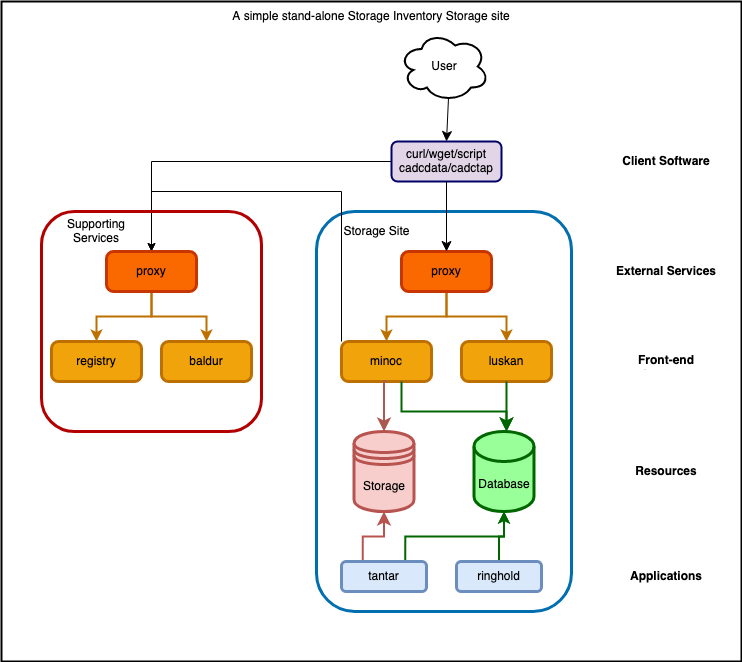
Before: storage-inventory/ops/SingleSiteWithExternal.drawio.png, a diagram exported from draw.io (opencadc/opencadc.github.io). Source tidied: cells renumbered, new cells last; positions are measured from the earlier drawing's top-left corner, leaving out a move shared by most shapes.
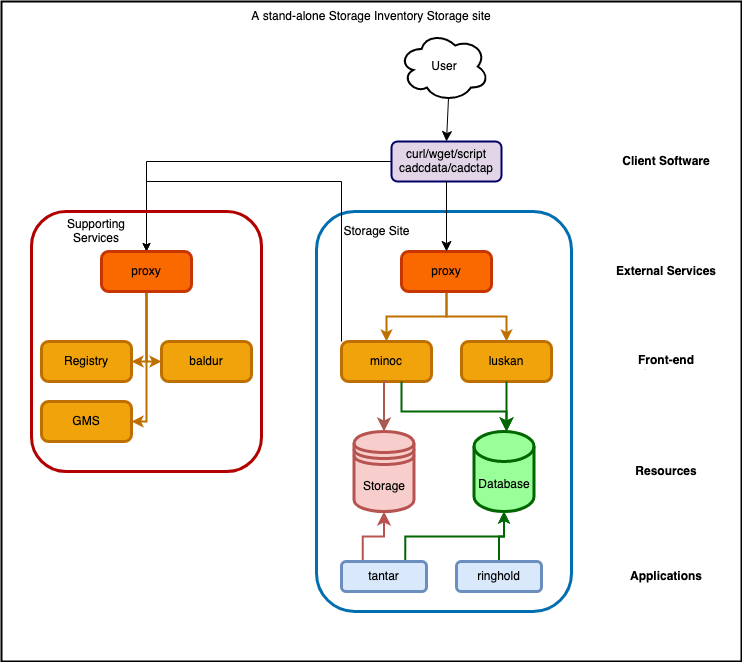
After the commit.

Diff of the diagram source:
```diff
@@ -11,8 +11,8 @@
     <mxCell id="4" style="edgeStyle=orthogonalEdgeStyle;rounded=0;jettySize=auto;html=1;exitX=0;exitY=0;exitDx=0;exitDy=0;entryX=0.5;entryY=0;entryDx=0;entryDy=0;" parent="1" edge="1" source="5" target="30">
       <mxGeometry relative="1" as="geometry">
         <Array as="points">
-          <mxPoint x="340" y="190" />
-          <mxPoint x="150" y="190" />
+          <mxPoint x="340" y="180" />
+          <mxPoint x="145" y="180" />
         </Array>
       </mxGeometry>
     </mxCell>
@@ -31,11 +31,6 @@
     <mxCell id="9" value="luskan" style="rounded=1;whiteSpace=wrap;html=1;absoluteArcSize=1;arcSize=14;strokeWidth=3;fillColor=#f0a30a;strokeColor=#BD7000;fontColor=#000000;glass=0;shadow=0;sketch=0;" parent="1" vertex="1">
       <mxGeometry x="460" y="340" width="90" height="40" as="geometry" />
     </mxCell>
-    <mxCell id="10" style="edgeStyle=elbowEdgeStyle;elbow=vertical;endArrow=classic;html=1;curved=0;rounded=0;endSize=8;startSize=8;exitX=0.5;exitY=0;exitDx=0;exitDy=0;entryX=0.5;entryY=1;entryDx=0;entryDy=0;entryPerimeter=0;strokeColor=#006600;" parent="1" edge="1" source="x">
-      <mxGeometry relative="1" as="geometry">
-        <mxPoint x="505" y="510" as="targetPoint" />
-      </mxGeometry>
-    </mxCell>
     <mxCell id="11" style="edgeStyle=segmentEdgeStyle;endArrow=classic;html=1;curved=0;rounded=0;endSize=8;startSize=8;exitX=0.5;exitY=1;exitDx=0;exitDy=0;entryX=0.5;entryY=0;entryDx=0;entryDy=0;entryPerimeter=0;strokeColor=#006600;strokeWidth=2;" parent="1" edge="1" source="9">
       <mxGeometry relative="1" as="geometry">
         <mxPoint x="505" y="430" as="targetPoint" />
@@ -103,28 +98,43 @@
     <mxCell id="24" value="User" style="ellipse;shape=cloud;whiteSpace=wrap;html=1;strokeWidth=2;" parent="1" vertex="1">
       <mxGeometry x="397.5" y="30" width="90" height="70" as="geometry" />
     </mxCell>
-    <mxCell id="25" style="edgeStyle=orthogonalEdgeStyle;rounded=0;jettySize=auto;html=1;exitX=0.5;exitY=0;exitDx=0;exitDy=0;" parent="1" edge="1" source="x">
+    <mxCell id="25" style="edgeStyle=orthogonalEdgeStyle;rounded=0;orthogonalLoop=1;jettySize=auto;html=1;exitX=0.5;exitY=0;exitDx=0;exitDy=0;" parent="1" edge="1">
       <mxGeometry relative="1" as="geometry">
         <mxPoint x="385" y="510" as="targetPoint" />
       </mxGeometry>
     </mxCell>
-    <mxCell id="26" value="A simple stand-alone Storage Inventory Storage site" style="text;html=1;strokeColor=none;fillColor=none;align=center;verticalAlign=middle;whiteSpace=wrap;rounded=0;" parent="1" vertex="1">
+    <mxCell id="26" value="A stand-alone Storage Inventory Storage site" style="text;html=1;strokeColor=none;fillColor=none;align=center;verticalAlign=middle;whiteSpace=wrap;rounded=0;" parent="1" vertex="1">
       <mxGeometry x="165" width="410" height="30" as="geometry" />
     </mxCell>
     <mxCell id="27" style="rounded=1;whiteSpace=wrap;html=1;shadow=0;glass=0;sketch=0;strokeColor=#B20000;strokeWidth=3;fillColor=none;fontColor=#ffffff;" parent="1" vertex="1">
-      <mxGeometry x="40" y="210" width="220" height="220" as="geometry" />
+      <mxGeometry x="30" y="210" width="230" height="260" as="geometry" />
     </mxCell>
-    <mxCell id="28" style="edgeStyle=orthogonalEdgeStyle;rounded=0;jettySize=auto;html=1;exitX=0.5;exitY=1;exitDx=0;exitDy=0;entryX=0.5;entryY=0;entryDx=0;entryDy=0;strokeWidth=2;fillColor=#f0a30a;strokeColor=#BD7000;" parent="1" edge="1" source="30" target="31">
-      <mxGeometry relative="1" as="geometry" />
+    <mxCell id="28" style="edgeStyle=orthogonalEdgeStyle;rounded=0;jettySize=auto;html=1;exitX=0.5;exitY=1;exitDx=0;exitDy=0;entryX=1;entryY=0.5;entryDx=0;entryDy=0;strokeWidth=2;fillColor=#f0a30a;strokeColor=#BD7000;" parent="1" edge="1" source="30" target="31">
+      <mxGeometry relative="1" as="geometry">
+        <Array as="points">
+          <mxPoint x="145" y="360" />
+        </Array>
+      </mxGeometry>
     </mxCell>
-    <mxCell id="29" style="edgeStyle=orthogonalEdgeStyle;rounded=0;jettySize=auto;html=1;exitX=0.5;exitY=1;exitDx=0;exitDy=0;entryX=0.5;entryY=0;entryDx=0;entryDy=0;fillColor=#f0a30a;strokeColor=#BD7000;strokeWidth=2;" parent="1" edge="1" source="30" target="32">
-      <mxGeometry relative="1" as="geometry" />
+    <mxCell id="29" style="edgeStyle=orthogonalEdgeStyle;rounded=0;jettySize=auto;html=1;exitX=0.5;exitY=1;exitDx=0;exitDy=0;entryX=0;entryY=0.5;entryDx=0;entryDy=0;fillColor=#f0a30a;strokeColor=#BD7000;strokeWidth=2;" parent="1" edge="1" source="30" target="32">
+      <mxGeometry relative="1" as="geometry">
+        <Array as="points">
+          <mxPoint x="145" y="360" />
+        </Array>
+      </mxGeometry>
     </mxCell>
+    <mxCell id="41" style="edgeStyle=orthogonalEdgeStyle;rounded=0;jettySize=auto;html=1;exitX=0.5;exitY=1;exitDx=0;exitDy=0;entryX=1;entryY=0.5;entryDx=0;entryDy=0;fillColor=#f0a30a;strokeColor=#BD7000;strokeWidth=2;" parent="1" edge="1" source="30" target="42">
+      <mxGeometry relative="1" as="geometry">
+        <Array as="points">
+          <mxPoint x="145" y="420" />
+        </Array>
+      </mxGeometry>
+    </mxCell>
     <mxCell id="30" value="proxy" style="rounded=1;whiteSpace=wrap;html=1;absoluteArcSize=1;arcSize=14;strokeWidth=3;fillColor=#fa6800;strokeColor=#C73500;fontColor=#000000;" parent="1" vertex="1">
-      <mxGeometry x="105" y="250" width="90" height="40" as="geometry" />
+      <mxGeometry x="100" y="250" width="90" height="40" as="geometry" />
     </mxCell>
-    <mxCell id="31" value="registry" style="rounded=1;whiteSpace=wrap;html=1;absoluteArcSize=1;arcSize=14;strokeWidth=3;fillColor=#f0a30a;fontColor=#000000;strokeColor=#BD7000;" parent="1" vertex="1">
-      <mxGeometry x="50" y="340" width="90" height="40" as="geometry" />
+    <mxCell id="31" value="Registry" style="rounded=1;whiteSpace=wrap;html=1;absoluteArcSize=1;arcSize=14;strokeWidth=3;fillColor=#f0a30a;fontColor=#000000;strokeColor=#BD7000;" parent="1" vertex="1">
+      <mxGeometry x="40" y="340" width="90" height="40" as="geometry" />
     </mxCell>
     <mxCell id="32" value="baldur" style="rounded=1;whiteSpace=wrap;html=1;absoluteArcSize=1;arcSize=14;strokeWidth=3;fillColor=#f0a30a;fontColor=#000000;strokeColor=#BD7000;" parent="1" vertex="1">
       <mxGeometry x="160" y="340" width="90" height="40" as="geometry" />
@@ -153,5 +163,8 @@
     <mxCell id="40" value="ringhold" style="rounded=1;whiteSpace=wrap;html=1;strokeWidth=3;fillColor=#dae8fc;strokeColor=#6c8ebf;" parent="1" vertex="1">
       <mxGeometry x="455" y="560" width="85" height="30" as="geometry" />
     </mxCell>
+    <mxCell id="42" value="GMS" style="rounded=1;whiteSpace=wrap;html=1;absoluteArcSize=1;arcSize=14;strokeWidth=3;fillColor=#f0a30a;fontColor=#000000;strokeColor=#BD7000;" parent="1" vertex="1">
+      <mxGeometry x="40" y="400" width="90" height="40" as="geometry" />
+    </mxCell>
   </root>
 </mxGraphModel>
```
